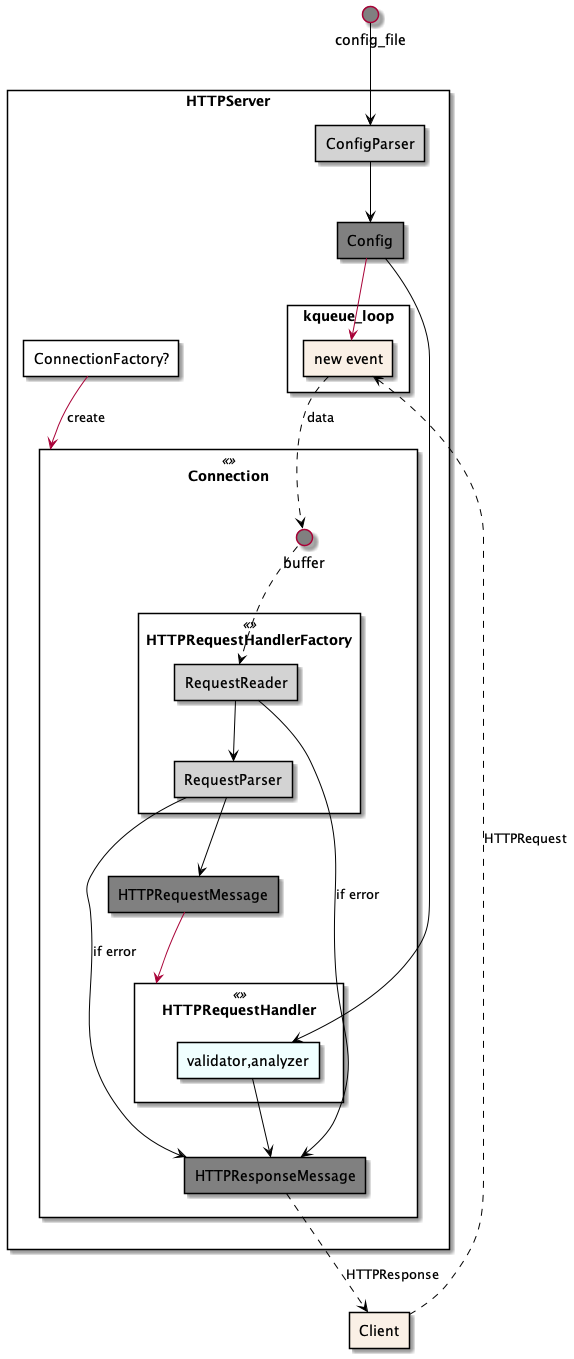
The PlantUML diagram docs/diagrams/webserver_structure.png in ccxxj/webserver, before a commit. Its diagram source:
```plantuml
@startuml webserver_structure

skinparam BackgroundColor White
skinparam componentStyle rectangle

component HTTPServer {
	[Config] #Gray
	[ConfigParser] #LightGray
		component Connection <<>> {
			() buffer #Gray
				   [HTTPRequestMessage] #Gray
				   [HTTPResponseMessage] #Gray
	   		component HTTPRequestHandler <<>>{
				   [validator,analyzer] #Azure
			}
			component HTTPRequestHandlerFactory <<>> {
				   [RequestParser] #LightGray
				   [RequestReader]#LightGray

			}
		}
		component "kqueue_loop" {
			[new event] #Linen
		}
		[ConnectionFactory?] #White
}

() config_file #Gray
[Client] #Linen


[Client] ..> [new event] #Black : HTTPRequest
[Config] --> [new event]
[ConnectionFactory?] --> Connection <<>> : create
[new event] ..> [buffer] #Black : data
() config_file --> [ConfigParser] #Black
[ConfigParser] --> [Config] #Black
[Config] --> [validator,analyzer] #Black
[HTTPRequestMessage] --> HTTPRequestHandler <<>>
[buffer] ..> [RequestReader] #Black
[RequestReader] --> [RequestParser] #Black
[RequestReader] --> [HTTPResponseMessage] #Black : if error
[RequestParser] --> [HTTPRequestMessage] #Black
[RequestParser] --> [HTTPResponseMessage] #Black : if error
[validator,analyzer] --> [HTTPResponseMessage] #Black
[HTTPResponseMessage] ..> [Client] #Black : HTTPResponse


@enduml
```
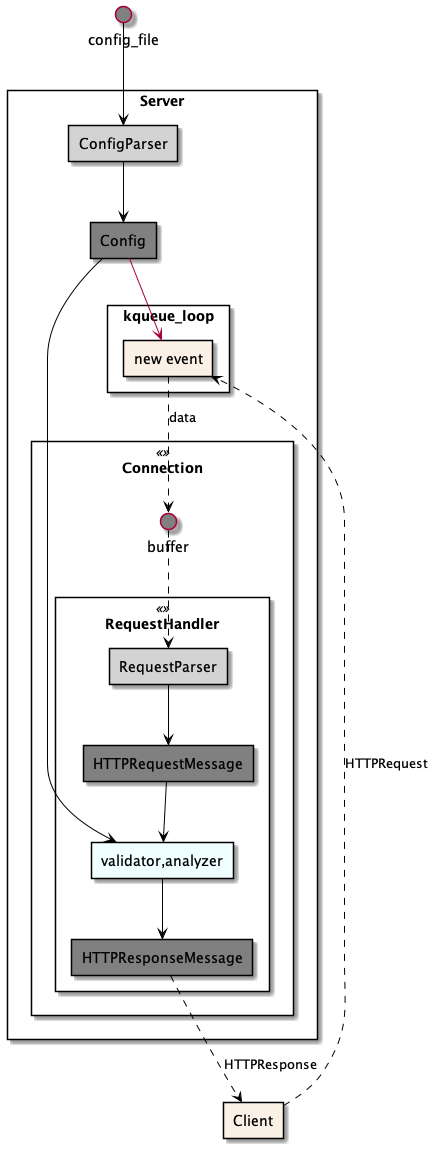
Later version of the same file.

Commit message:
Updated the current webserver structure diagram

Diff of the diagram source:
```diff
@@ -3,26 +3,21 @@
 skinparam BackgroundColor White
 skinparam componentStyle rectangle
 
-component HTTPServer {
+component Server {
 	[Config] #Gray
 	[ConfigParser] #LightGray
 		component Connection <<>> {
 			() buffer #Gray
+	   		component RequestHandler <<>>{
 				   [HTTPRequestMessage] #Gray
 				   [HTTPResponseMessage] #Gray
-	   		component HTTPRequestHandler <<>>{
+				   [RequestParser] #LightGray
 				   [validator,analyzer] #Azure
-			}
-			component HTTPRequestHandlerFactory <<>> {
-				   [RequestParser] #LightGray
-				   [RequestReader]#LightGray
-
 			}
 		}
 		component "kqueue_loop" {
 			[new event] #Linen
 		}
-		[ConnectionFactory?] #White
 }
 
 () config_file #Gray
@@ -31,17 +26,13 @@
 
 [Client] ..> [new event] #Black : HTTPRequest
 [Config] --> [new event]
-[ConnectionFactory?] --> Connection <<>> : create
 [new event] ..> [buffer] #Black : data
 () config_file --> [ConfigParser] #Black
 [ConfigParser] --> [Config] #Black
 [Config] --> [validator,analyzer] #Black
-[HTTPRequestMessage] --> HTTPRequestHandler <<>>
-[buffer] ..> [RequestReader] #Black
-[RequestReader] --> [RequestParser] #Black
-[RequestReader] --> [HTTPResponseMessage] #Black : if error
+[buffer] ..> [RequestParser] #Black
 [RequestParser] --> [HTTPRequestMessage] #Black
-[RequestParser] --> [HTTPResponseMessage] #Black : if error
+[HTTPRequestMessage] --> [validator,analyzer] #Black
 [validator,analyzer] --> [HTTPResponseMessage] #Black
 [HTTPResponseMessage] ..> [Client] #Black : HTTPResponse
 
```
